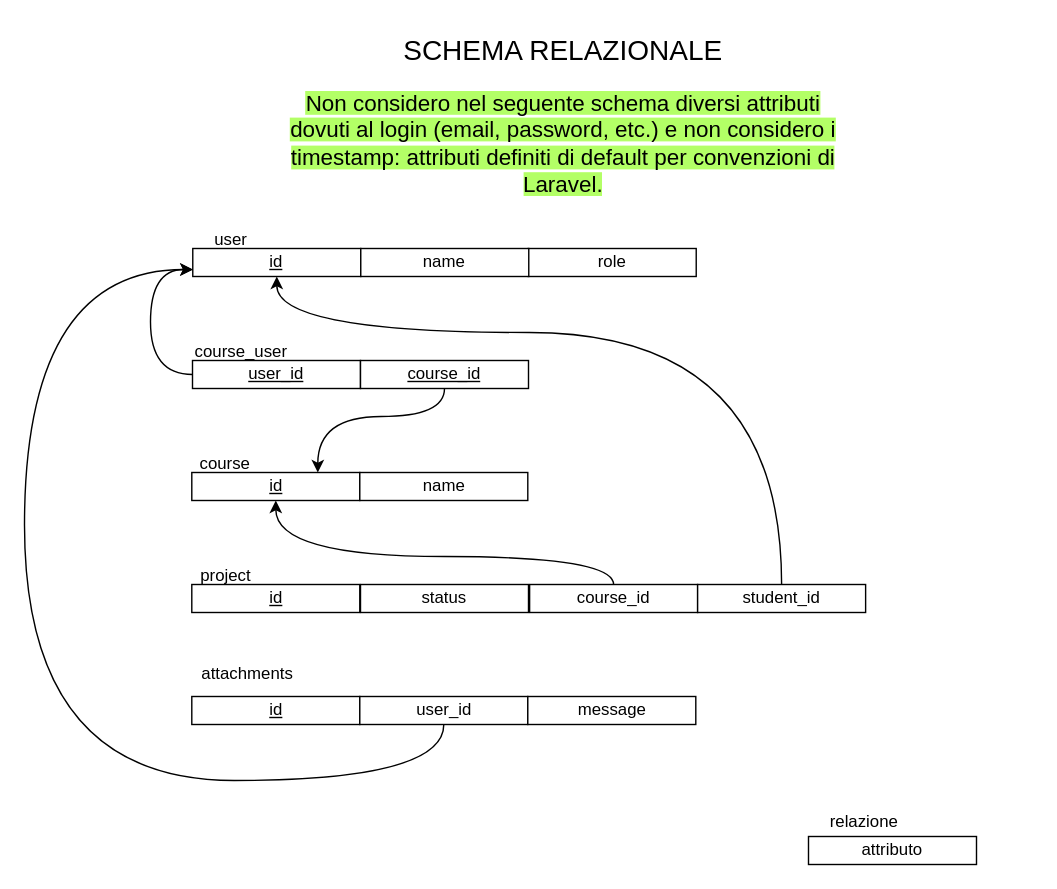
Earlier version of the draw.io diagram page "SCHEMA_RELAZIONALE" (2 of 5) of prisa_eer.drawio (Cippo95/prisa). Source tidied: cells renumbered, new cells numbered last; positions are measured from the earlier drawing's top-left corner, leaving out a move shared by most shapes. Both pictures are drawn from the tidied source at 140%, with x=0, y=0 at pixel (24, 24).
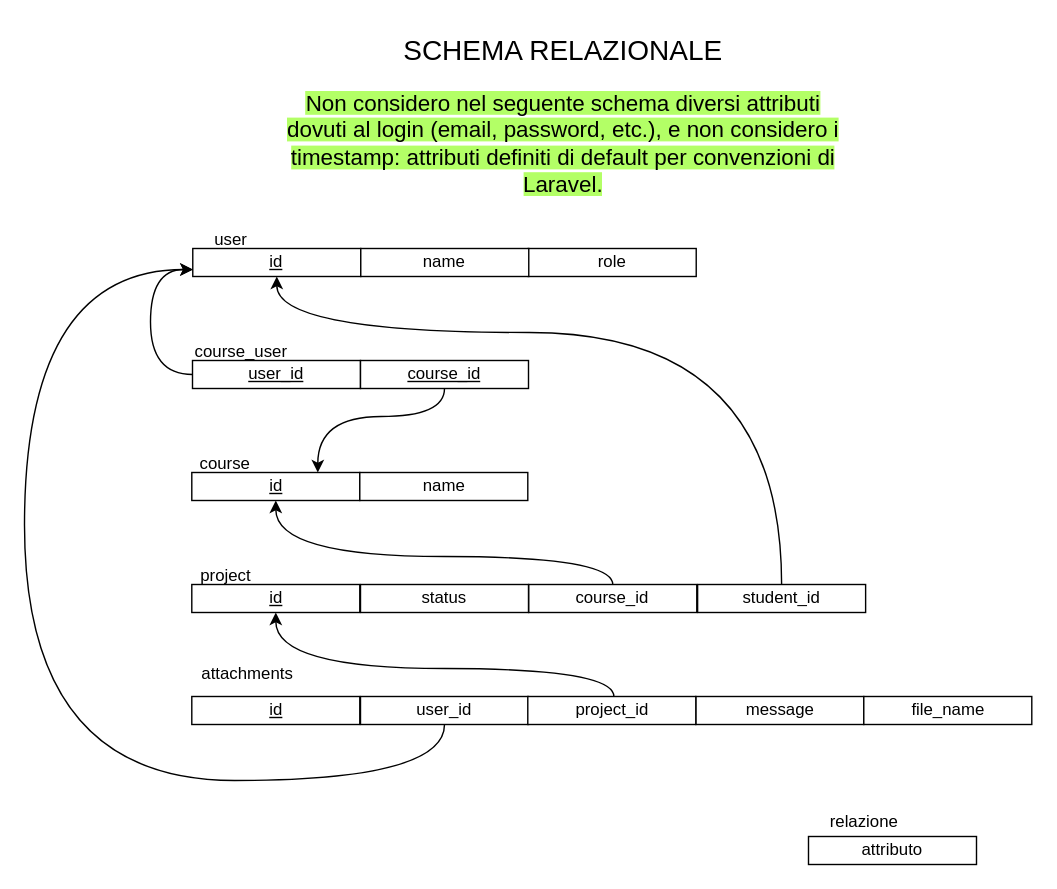
The same diagram, later.

The change refers to these unchanged cells:
```xml
<mxCell id="5" value="&lt;u&gt;id&lt;/u&gt;" style="whiteSpace=wrap;html=1;align=center;" parent="1" vertex="1">
  <mxGeometry x="119.5" y="400" width="120" height="20" as="geometry" />
</mxCell>
```

Diff of the diagram source:
```diff
@@
     <mxCell id="16" value="user_id" style="whiteSpace=wrap;html=1;align=center;" parent="1" vertex="1">
-      <mxGeometry x="239.5" y="480" width="120" height="20" as="geometry" />
+      <mxGeometry x="240" y="480" width="120" height="20" as="geometry" />
     </mxCell>
@@
     <mxCell id="23" value="message" style="whiteSpace=wrap;html=1;align=center;" parent="1" vertex="1">
-      <mxGeometry x="359.5" y="480" width="120" height="20" as="geometry" />
+      <mxGeometry x="479.5" y="480" width="120" height="20" as="geometry" />
     </mxCell>
@@
     <mxCell id="27" value="course_id" style="whiteSpace=wrap;html=1;align=center;" parent="1" vertex="1">
-      <mxGeometry x="360.8" y="400" width="120" height="20" as="geometry" />
+      <mxGeometry x="360.2" y="400" width="120" height="20" as="geometry" />
     </mxCell>
@@
-    <mxCell id="30" value="&lt;div style=&quot;font-size: 16px&quot;&gt;&lt;font style=&quot;font-size: 16px&quot;&gt;&lt;span style=&quot;background-color: rgb(179 , 255 , 102)&quot;&gt;Non considero nel seguente schema diversi attributi dovuti al login (email, password, etc.) e non considero i timestamp: attributi definiti di default per convenzioni di Laravel.&lt;br&gt;&lt;/span&gt;&lt;/font&gt;&lt;/div&gt;" style="text;html=1;strokeColor=none;fillColor=none;align=center;verticalAlign=middle;whiteSpace=wrap;rounded=0;" parent="1" vertex="1">
+    <mxCell id="30" value="&lt;div style=&quot;font-size: 16px&quot;&gt;&lt;font style=&quot;font-size: 16px&quot;&gt;&lt;span style=&quot;background-color: rgb(179 , 255 , 102)&quot;&gt;Non considero nel seguente schema diversi attributi dovuti al login (email, password, etc.), e non considero i timestamp: attributi definiti di default per convenzioni di Laravel.&lt;br&gt;&lt;/span&gt;&lt;/font&gt;&lt;/div&gt;" style="text;html=1;strokeColor=none;fillColor=none;align=center;verticalAlign=middle;whiteSpace=wrap;rounded=0;" parent="1" vertex="1">
       <mxGeometry x="185" y="50" width="400" height="70" as="geometry" />
     </mxCell>
+    <mxCell id="31" value="file_name" style="whiteSpace=wrap;html=1;align=center;" parent="1" vertex="1">
+      <mxGeometry x="599.5" y="480" width="120" height="20" as="geometry" />
+    </mxCell>
+    <mxCell id="32" style="edgeStyle=orthogonalEdgeStyle;rounded=0;jettySize=auto;html=1;entryX=0.5;entryY=1;entryDx=0;entryDy=0;curved=1;" parent="1" edge="1" source="33" target="5">
+      <mxGeometry relative="1" as="geometry">
+        <Array as="points">
+          <mxPoint x="421" y="460" />
+          <mxPoint x="180" y="460" />
+        </Array>
+      </mxGeometry>
+    </mxCell>
+    <mxCell id="33" value="project_id" style="whiteSpace=wrap;html=1;align=center;" parent="1" vertex="1">
+      <mxGeometry x="359.5" y="480" width="120" height="20" as="geometry" />
+    </mxCell>
```
